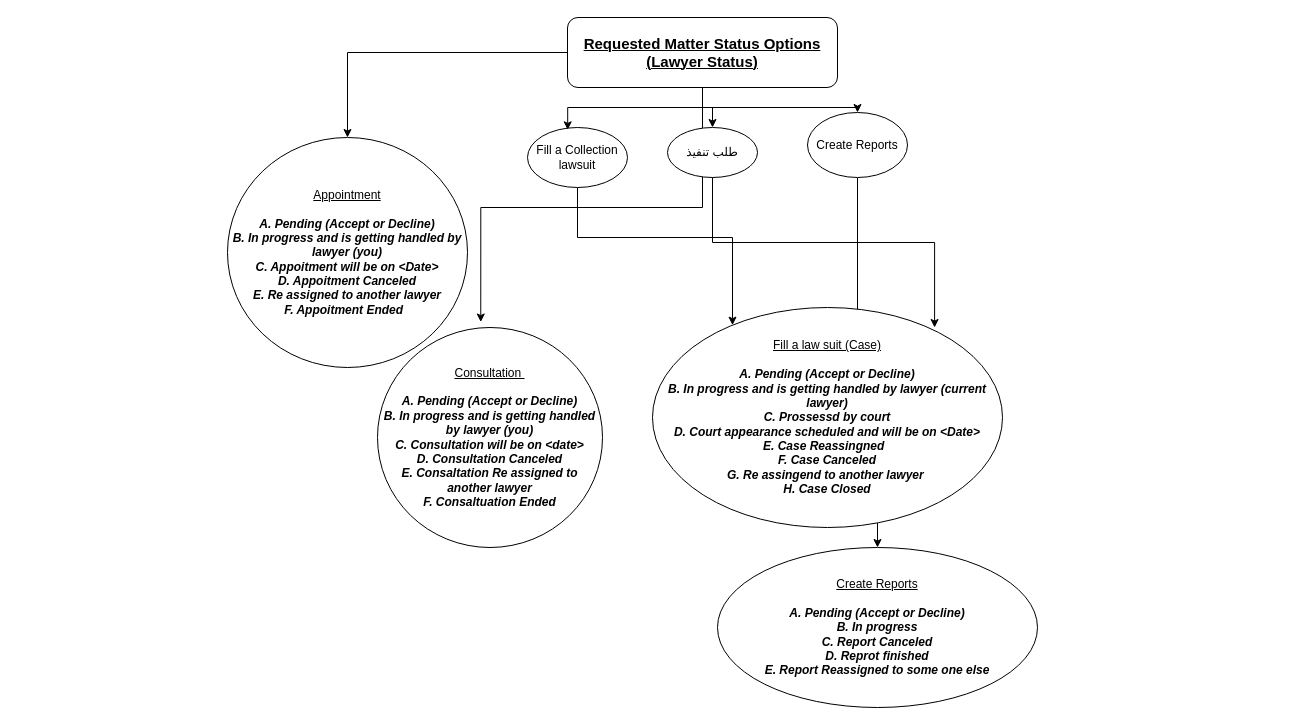
Before: page "MatterStatusOptions" (10 of 10) of LawyerApp.drawio in tariq7299/LawyerPrep, a draw.io diagram. Source tidied: cells renumbered, new cells numbered last; positions are measured from the earlier drawing's top-left corner, leaving out a move shared by most shapes. Both pictures are drawn from the tidied source at 100%, with x=0, y=0 at pixel (227, 17).
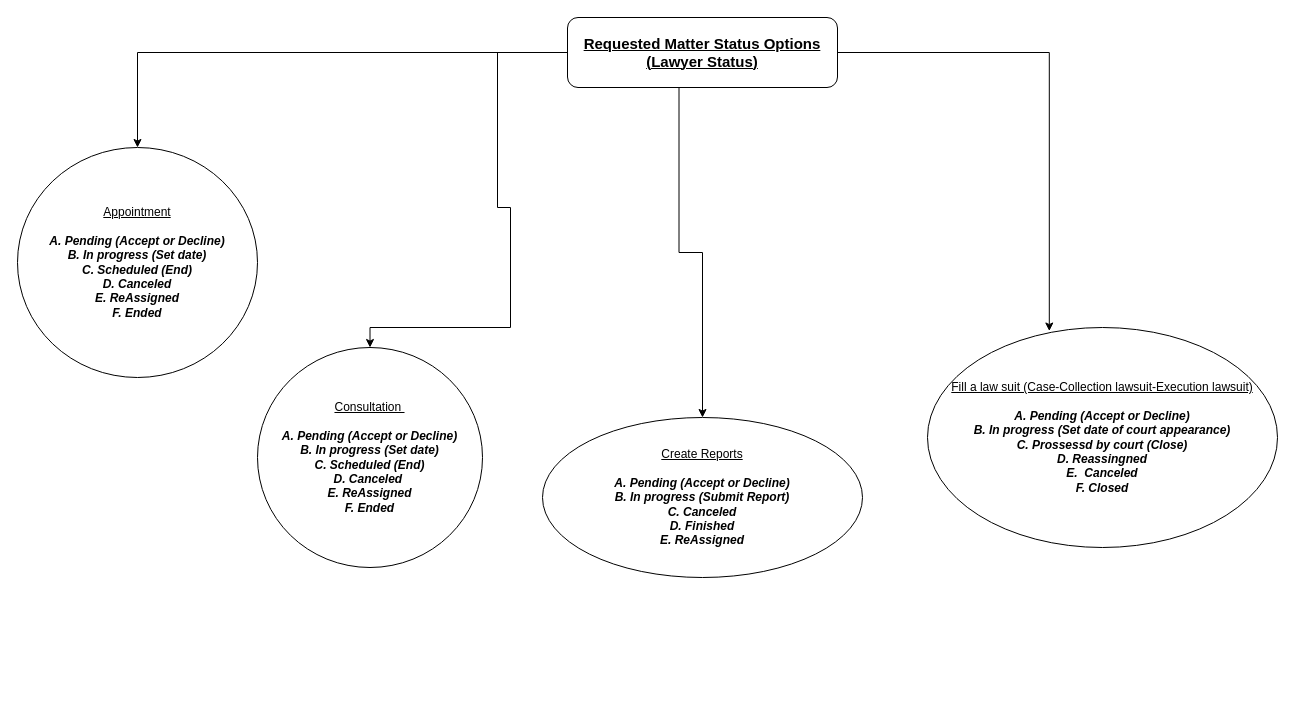
The same page after the edit.

Diff of the diagram source:
```diff
@@
 <mxGraphModel>
   <root>
     <mxCell id="0" />
     <mxCell id="1" parent="0" />
     <mxCell id="2" style="edgeStyle=orthogonalEdgeStyle;rounded=0;jettySize=auto;html=1;" parent="1" edge="1" source="6" target="7">
       <mxGeometry relative="1" as="geometry" />
     </mxCell>
+    <mxCell id="4" style="edgeStyle=orthogonalEdgeStyle;rounded=0;jettySize=auto;html=1;entryX=0.348;entryY=0.016;entryDx=0;entryDy=0;entryPerimeter=0;" parent="1" edge="1" source="6" target="14">
+      <mxGeometry relative="1" as="geometry" />
+    </mxCell>
-    <mxCell id="3" style="edgeStyle=orthogonalEdgeStyle;rounded=0;jettySize=auto;html=1;entryX=0.459;entryY=-0.025;entryDx=0;entryDy=0;entryPerimeter=0;" parent="1" edge="1" source="6" target="8">
-      <mxGeometry relative="1" as="geometry" />
+    <mxCell id="3" style="edgeStyle=orthogonalEdgeStyle;rounded=0;jettySize=auto;html=1;entryX=0.5;entryY=0;entryDx=0;entryDy=0;" parent="1" edge="1" source="6" target="8">
+      <mxGeometry relative="1" as="geometry">
+        <Array as="points">
+          <mxPoint x="270" y="35" />
+          <mxPoint x="270" y="190" />
+          <mxPoint x="283" y="190" />
+          <mxPoint x="283" y="310" />
+        </Array>
+      </mxGeometry>
     </mxCell>
-    <mxCell id="4" style="edgeStyle=orthogonalEdgeStyle;rounded=0;jettySize=auto;html=1;entryX=0.5;entryY=0;entryDx=0;entryDy=0;" parent="1" edge="1" source="6" target="11">
-      <mxGeometry relative="1" as="geometry" />
-    </mxCell>
-    <mxCell id="5" style="edgeStyle=orthogonalEdgeStyle;rounded=0;jettySize=auto;html=1;" parent="1" edge="1" source="6" target="10">
-      <mxGeometry relative="1" as="geometry" />
-    </mxCell>
     <mxCell id="6" value="&lt;b&gt;&lt;u&gt;&lt;font style=&quot;font-size: 15px;&quot;&gt;Requested Matter Status Options (Lawyer Status)&lt;/font&gt;&lt;/u&gt;&lt;/b&gt;" style="rounded=1;whiteSpace=wrap;html=1;" parent="1" vertex="1">
       <mxGeometry x="340" width="270" height="70" as="geometry" />
     </mxCell>
-    <mxCell id="7" value="&lt;u&gt;Appointment&lt;/u&gt;&lt;div&gt;&lt;br&gt;&lt;div&gt;&lt;b&gt;&lt;i&gt;A. Pending (Accept or Decline)&lt;/i&gt;&lt;/b&gt;&lt;br&gt;&lt;b&gt;&lt;i&gt;B. In progress and is getting handled by lawyer (you)&lt;/i&gt;&lt;/b&gt;&lt;/div&gt;&lt;div&gt;&lt;b style=&quot;background-color: initial;&quot;&gt;&lt;i&gt;C. Appoitment will be on &amp;lt;Date&amp;gt;&lt;/i&gt;&lt;/b&gt;&lt;/div&gt;&lt;/div&gt;&lt;div&gt;&lt;b&gt;&lt;i&gt;D. Appoitment Canceled&lt;/i&gt;&lt;/b&gt;&lt;/div&gt;&lt;div&gt;&lt;b&gt;&lt;i&gt;E. Re assigned to another lawyer&lt;/i&gt;&lt;/b&gt;&lt;b&gt;&lt;i&gt;&lt;br&gt;&lt;/i&gt;&lt;/b&gt;&lt;/div&gt;&lt;div&gt;&lt;b&gt;&lt;i&gt;F. Appoitment Ended&amp;nbsp;&amp;nbsp;&lt;/i&gt;&lt;/b&gt;&lt;/div&gt;" style="ellipse;whiteSpace=wrap;html=1;" parent="1" vertex="1">
-      <mxGeometry y="120" width="240" height="230" as="geometry" />
+    <mxCell id="7" value="&lt;u&gt;Appointment&lt;/u&gt;&lt;div&gt;&lt;br&gt;&lt;div&gt;&lt;b&gt;&lt;i&gt;A. Pending (Accept or Decline)&lt;/i&gt;&lt;/b&gt;&lt;br&gt;&lt;b&gt;&lt;i&gt;B. In progress (Set date)&lt;/i&gt;&lt;/b&gt;&lt;/div&gt;&lt;div&gt;&lt;b style=&quot;background-color: initial;&quot;&gt;&lt;i&gt;C. Scheduled (End)&lt;/i&gt;&lt;/b&gt;&lt;/div&gt;&lt;/div&gt;&lt;div&gt;&lt;b&gt;&lt;i&gt;D. Canceled&lt;/i&gt;&lt;/b&gt;&lt;/div&gt;&lt;div&gt;&lt;b&gt;&lt;i&gt;E. ReAssigned&lt;/i&gt;&lt;/b&gt;&lt;b&gt;&lt;i&gt;&lt;br&gt;&lt;/i&gt;&lt;/b&gt;&lt;/div&gt;&lt;div&gt;&lt;b&gt;&lt;i&gt;F. Ended&lt;/i&gt;&lt;/b&gt;&lt;/div&gt;" style="ellipse;whiteSpace=wrap;html=1;" parent="1" vertex="1">
+      <mxGeometry x="-210" y="130" width="240" height="230" as="geometry" />
     </mxCell>
-    <mxCell id="8" value="&lt;u&gt;Consultation&amp;nbsp;&lt;/u&gt;&lt;br&gt;&lt;br&gt;&lt;b&gt;&lt;i&gt;A. Pending (Accept or Decline)&lt;/i&gt;&lt;/b&gt;&lt;div&gt;&lt;b&gt;&lt;i&gt;B. In progress and is getting handled by lawyer (you)&lt;/i&gt;&lt;/b&gt;&lt;/div&gt;&lt;div&gt;&lt;b&gt;&lt;i&gt;C. Consultation will be on &amp;lt;date&amp;gt;&lt;/i&gt;&lt;/b&gt;&lt;/div&gt;&lt;div&gt;&lt;b&gt;&lt;i&gt;D. Consultation Canceled&lt;/i&gt;&lt;/b&gt;&lt;/div&gt;&lt;div&gt;&lt;b&gt;&lt;i&gt;E. Consaltation Re assigned to another lawyer&lt;/i&gt;&lt;/b&gt;&lt;/div&gt;&lt;div&gt;&lt;b&gt;&lt;i&gt;F. Consaltuation Ended&lt;/i&gt;&lt;/b&gt;&lt;/div&gt;" style="ellipse;whiteSpace=wrap;html=1;" parent="1" vertex="1">
-      <mxGeometry x="150" y="310" width="225" height="220" as="geometry" />
+    <mxCell id="8" value="&lt;u&gt;Consultation&amp;nbsp;&lt;/u&gt;&lt;br&gt;&lt;br&gt;&lt;b&gt;&lt;i&gt;A. Pending (Accept or Decline)&lt;/i&gt;&lt;/b&gt;&lt;div&gt;&lt;b&gt;&lt;i&gt;B. In progress (Set date)&lt;/i&gt;&lt;/b&gt;&lt;/div&gt;&lt;div&gt;&lt;b&gt;&lt;i&gt;C. Scheduled (End)&lt;/i&gt;&lt;/b&gt;&lt;/div&gt;&lt;div&gt;&lt;b&gt;&lt;i&gt;D. Canceled&amp;nbsp;&lt;/i&gt;&lt;/b&gt;&lt;/div&gt;&lt;div&gt;&lt;b&gt;&lt;i&gt;E. ReAssigned&lt;/i&gt;&lt;/b&gt;&lt;/div&gt;&lt;div&gt;&lt;b&gt;&lt;i&gt;F. Ended&lt;/i&gt;&lt;/b&gt;&lt;/div&gt;" style="ellipse;whiteSpace=wrap;html=1;" parent="1" vertex="1">
+      <mxGeometry x="30" y="330" width="225" height="220" as="geometry" />
     </mxCell>
-    <mxCell id="9" style="edgeStyle=orthogonalEdgeStyle;rounded=0;jettySize=auto;html=1;" parent="1" edge="1" source="10" target="17">
+    <mxCell id="9" style="edgeStyle=orthogonalEdgeStyle;rounded=0;jettySize=auto;html=1;exitX=0.413;exitY=0.993;exitDx=0;exitDy=0;exitPerimeter=0;" parent="1" edge="1" source="6" target="17">
       <mxGeometry relative="1" as="geometry" />
     </mxCell>
-    <mxCell id="10" value="Create Reports" style="ellipse;whiteSpace=wrap;html=1;" parent="1" vertex="1">
-      <mxGeometry x="580" y="95" width="100" height="65" as="geometry" />
-    </mxCell>
-    <mxCell id="11" value="طلب تنفيذ" style="ellipse;whiteSpace=wrap;html=1;" parent="1" vertex="1">
-      <mxGeometry x="440" y="110" width="90" height="50" as="geometry" />
-    </mxCell>
-    <mxCell id="12" style="edgeStyle=orthogonalEdgeStyle;rounded=0;jettySize=auto;html=1;" parent="1" edge="1" source="13" target="14">
-      <mxGeometry relative="1" as="geometry">
-        <Array as="points">
-          <mxPoint x="350" y="220" />
-          <mxPoint x="505" y="220" />
-        </Array>
-      </mxGeometry>
-    </mxCell>
-    <mxCell id="13" value="Fill a Collection lawsuit" style="ellipse;whiteSpace=wrap;html=1;" parent="1" vertex="1">
-      <mxGeometry x="300" y="110" width="100" height="60" as="geometry" />
-    </mxCell>
-    <mxCell id="14" value="&lt;u&gt;Fill a law suit (Case)&lt;/u&gt;&lt;div&gt;&lt;u&gt;&lt;br&gt;&lt;/u&gt;&lt;/div&gt;&lt;div&gt;&lt;b&gt;&lt;i&gt;A. Pending (Accept or Decline)&lt;/i&gt;&lt;/b&gt;&lt;/div&gt;&lt;div&gt;&lt;b&gt;&lt;i&gt;B. In progress and is getting handled by lawyer (current lawyer)&lt;/i&gt;&lt;/b&gt;&lt;/div&gt;&lt;div&gt;&lt;b&gt;&lt;i&gt;C. Prossessd by court&lt;/i&gt;&lt;/b&gt;&lt;/div&gt;&lt;div&gt;&lt;b&gt;&lt;i&gt;D. Court appearance scheduled and will be on &amp;lt;Date&amp;gt;&lt;/i&gt;&lt;/b&gt;&lt;/div&gt;&lt;div&gt;&lt;b&gt;&lt;i&gt;E. Case Reassingned&amp;nbsp;&amp;nbsp;&lt;/i&gt;&lt;/b&gt;&lt;/div&gt;&lt;div&gt;&lt;b&gt;&lt;i&gt;F. Case Canceled&lt;/i&gt;&lt;/b&gt;&lt;/div&gt;&lt;div&gt;&lt;b&gt;&lt;i&gt;G. Re assingend to another lawyer&amp;nbsp;&lt;/i&gt;&lt;/b&gt;&lt;/div&gt;&lt;div&gt;&lt;b&gt;&lt;i&gt;H. Case Closed&lt;/i&gt;&lt;/b&gt;&lt;/div&gt;" style="ellipse;whiteSpace=wrap;html=1;" parent="1" vertex="1">
-      <mxGeometry x="425" y="290" width="350" height="220" as="geometry" />
+    <mxCell id="14" value="&lt;u&gt;Fill a law suit (Case-Collection lawsuit-Execution lawsuit)&lt;/u&gt;&lt;div&gt;&lt;u&gt;&lt;br&gt;&lt;/u&gt;&lt;/div&gt;&lt;div&gt;&lt;b&gt;&lt;i&gt;A. Pending (Accept or Decline)&lt;/i&gt;&lt;/b&gt;&lt;/div&gt;&lt;div&gt;&lt;b&gt;&lt;i&gt;B. In progress (Set date of court appearance)&lt;/i&gt;&lt;/b&gt;&lt;/div&gt;&lt;div&gt;&lt;b&gt;&lt;i&gt;C. Prossessd by court (Close)&lt;/i&gt;&lt;/b&gt;&lt;/div&gt;&lt;div&gt;&lt;b&gt;&lt;i&gt;D. Reassingned&lt;/i&gt;&lt;/b&gt;&lt;/div&gt;&lt;div&gt;&lt;b&gt;&lt;i&gt;E.&amp;nbsp; Canceled&lt;/i&gt;&lt;/b&gt;&lt;/div&gt;&lt;div&gt;&lt;b&gt;&lt;i&gt;F. Closed&lt;/i&gt;&lt;/b&gt;&lt;/div&gt;" style="ellipse;whiteSpace=wrap;html=1;" parent="1" vertex="1">
+      <mxGeometry x="700" y="310" width="350" height="220" as="geometry" />
     </mxCell>
-    <mxCell id="15" style="edgeStyle=orthogonalEdgeStyle;rounded=0;jettySize=auto;html=1;entryX=0.402;entryY=0.039;entryDx=0;entryDy=0;entryPerimeter=0;" parent="1" edge="1" source="6" target="13">
-      <mxGeometry relative="1" as="geometry" />
-    </mxCell>
-    <mxCell id="16" style="edgeStyle=orthogonalEdgeStyle;rounded=0;jettySize=auto;html=1;entryX=0.806;entryY=0.091;entryDx=0;entryDy=0;entryPerimeter=0;" parent="1" edge="1" source="11" target="14">
-      <mxGeometry relative="1" as="geometry" />
-    </mxCell>
-    <mxCell id="17" value="&lt;u&gt;Create Reports&lt;/u&gt;&lt;div&gt;&lt;br&gt;&lt;/div&gt;&lt;div&gt;&lt;b style=&quot;&quot;&gt;&lt;i&gt;A. Pending (Accept or Decline)&lt;/i&gt;&lt;/b&gt;&lt;/div&gt;&lt;div&gt;&lt;b&gt;&lt;i&gt;B. In progress&lt;/i&gt;&lt;/b&gt;&lt;/div&gt;&lt;div&gt;&lt;b&gt;&lt;i&gt;C. Report Canceled&lt;/i&gt;&lt;/b&gt;&lt;/div&gt;&lt;div&gt;&lt;b&gt;&lt;i&gt;D. Reprot finished&lt;/i&gt;&lt;/b&gt;&lt;/div&gt;&lt;div&gt;&lt;b&gt;&lt;i&gt;E. Report Reassigned to some one else&lt;/i&gt;&lt;/b&gt;&lt;/div&gt;" style="ellipse;whiteSpace=wrap;html=1;" parent="1" vertex="1">
-      <mxGeometry x="490" y="530" width="320" height="160" as="geometry" />
+    <mxCell id="17" value="&lt;u&gt;Create Reports&lt;/u&gt;&lt;div&gt;&lt;br&gt;&lt;/div&gt;&lt;div&gt;&lt;b style=&quot;&quot;&gt;&lt;i&gt;A. Pending (Accept or Decline)&lt;/i&gt;&lt;/b&gt;&lt;/div&gt;&lt;div&gt;&lt;b&gt;&lt;i&gt;B. In progress (Submit Report)&lt;/i&gt;&lt;/b&gt;&lt;/div&gt;&lt;div&gt;&lt;b&gt;&lt;i&gt;C. Canceled&lt;/i&gt;&lt;/b&gt;&lt;/div&gt;&lt;div&gt;&lt;b&gt;&lt;i&gt;D. Finished&lt;/i&gt;&lt;/b&gt;&lt;/div&gt;&lt;div&gt;&lt;b&gt;&lt;i&gt;E. ReAssigned&lt;/i&gt;&lt;/b&gt;&lt;/div&gt;" style="ellipse;whiteSpace=wrap;html=1;" parent="1" vertex="1">
+      <mxGeometry x="315" y="400" width="320" height="160" as="geometry" />
     </mxCell>
   </root>
 </mxGraphModel>
```
